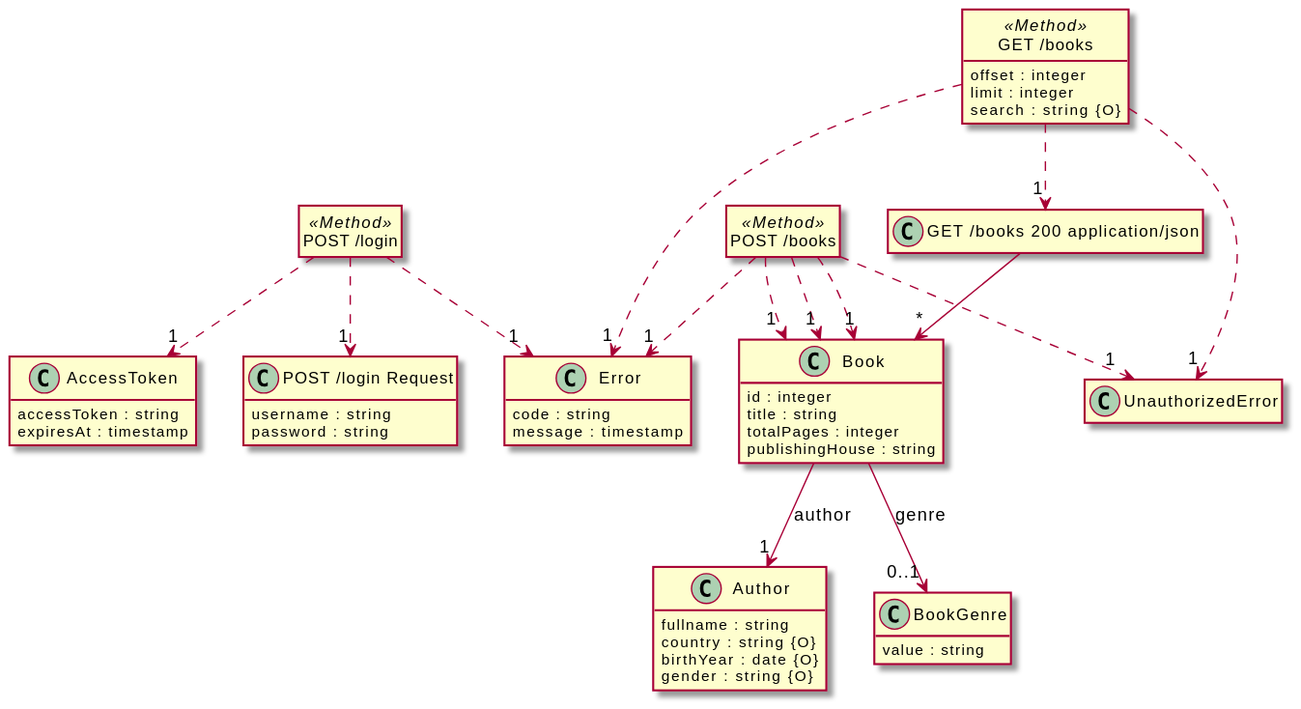
Earlier version of the PlantUML export src/docs/demos/bookstore.svg (davidmoten/openapi-to-plantuml).
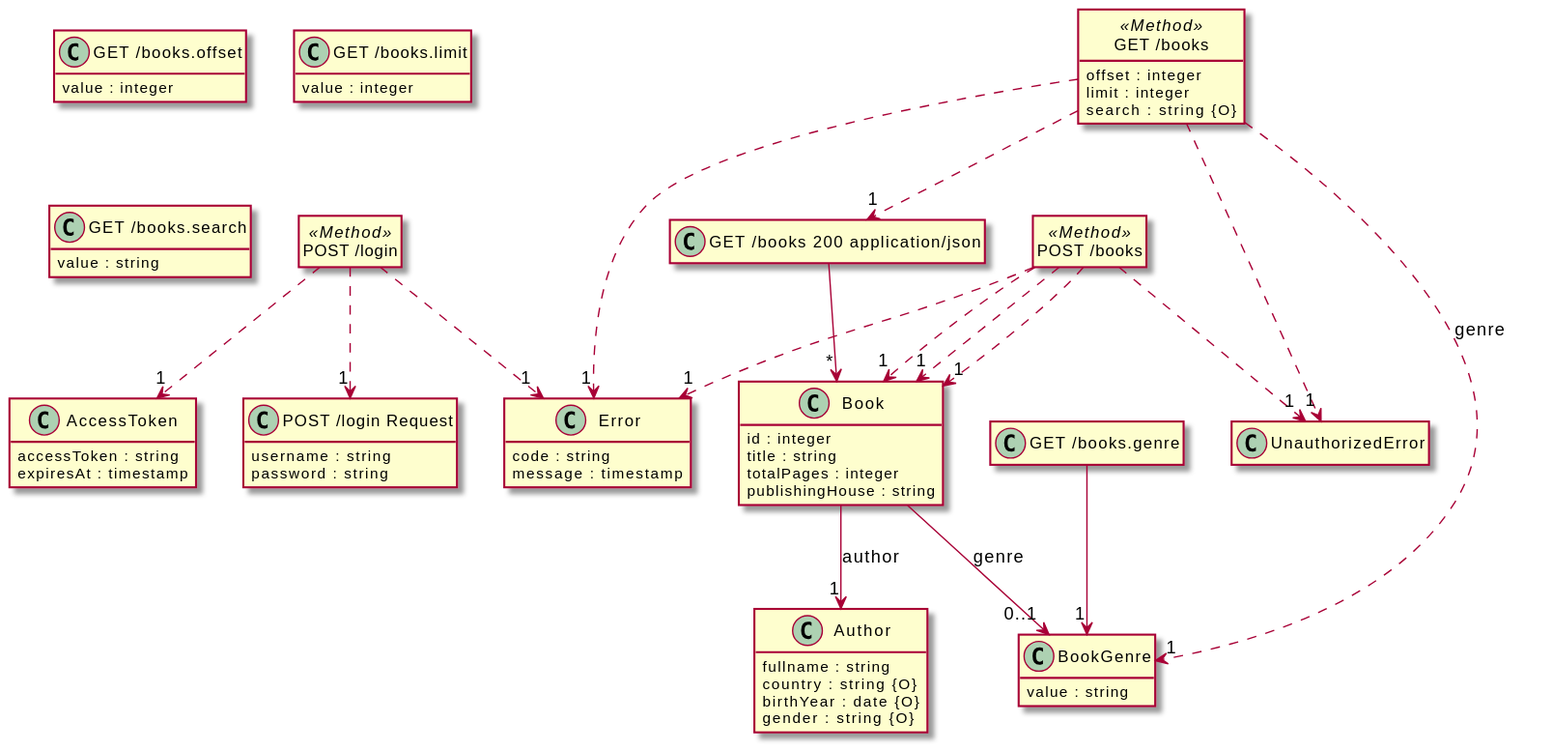
Above is the later version.

Change to the diagram source:
```diff
@@ -46,6 +46,21 @@
   search : string {O}
 }
 
+class "GET /books.offset" {
+  value : integer
+}
+
+class "GET /books.limit" {
+  value : integer
+}
+
+class "GET /books.genre" {
+}
+
+class "GET /books.search" {
+  value : string
+}
+
 class "GET /books 200 application/json" {
 }
 
@@ -61,6 +76,10 @@
 "POST /login" ..> "1" "Error"
 
 "POST /login" ..> "1" "POST /login Request"
+
+"GET /books.genre" --> "1" "BookGenre"
+
+"GET /books" ..> "1" "BookGenre" : "genre"
 
 "GET /books 200 application/json" --> "*" "Book"
 
```
